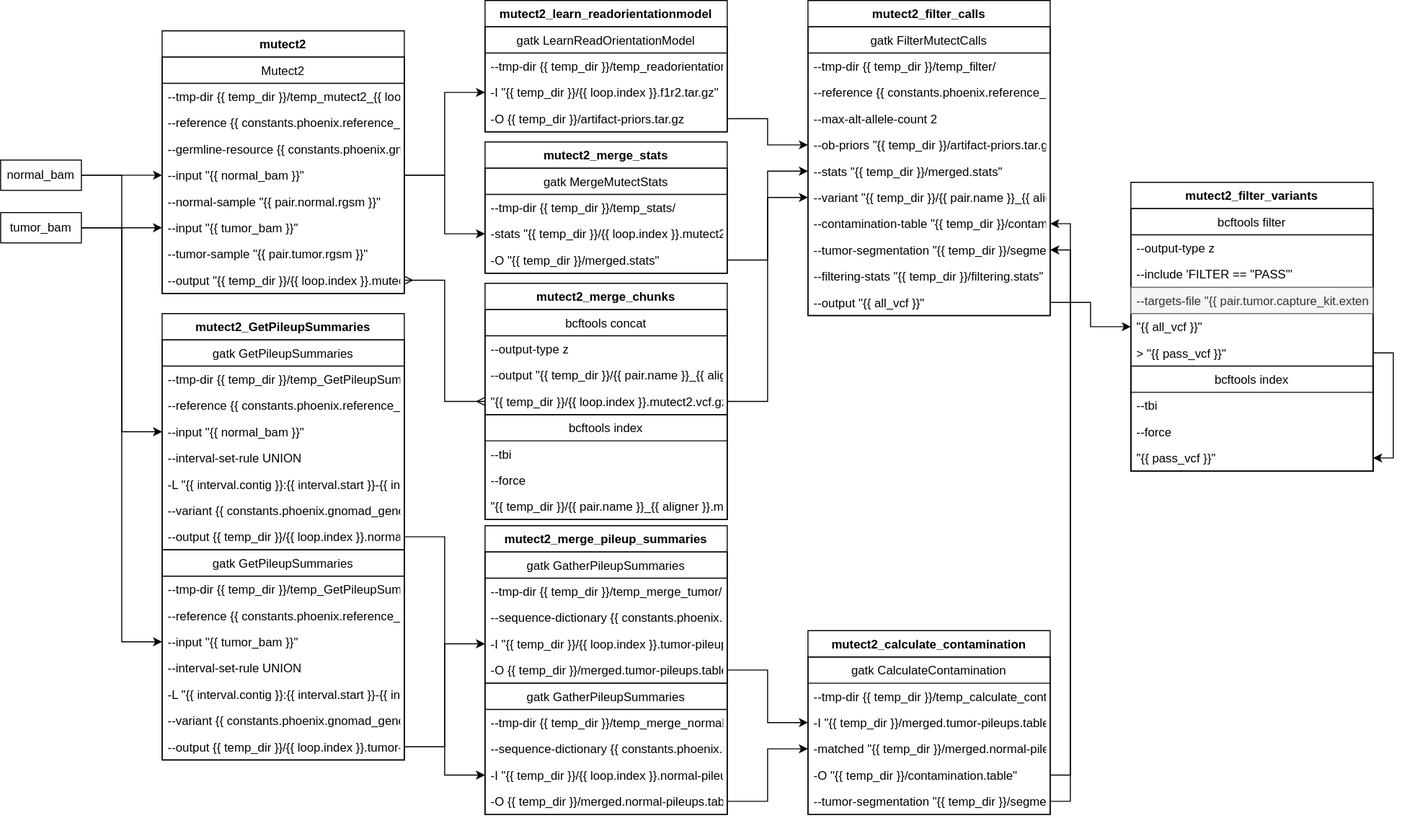
Above: docs/source/phoenix/workflows/embed/Somatic_Mutect2.svg in bryce-turner/tgen-jetstream-docs (draw.io), before the change. Source tidied: cells renumbered, new cells last; positions are measured from the earlier drawing's top-left corner, leaving out a move shared by most shapes.
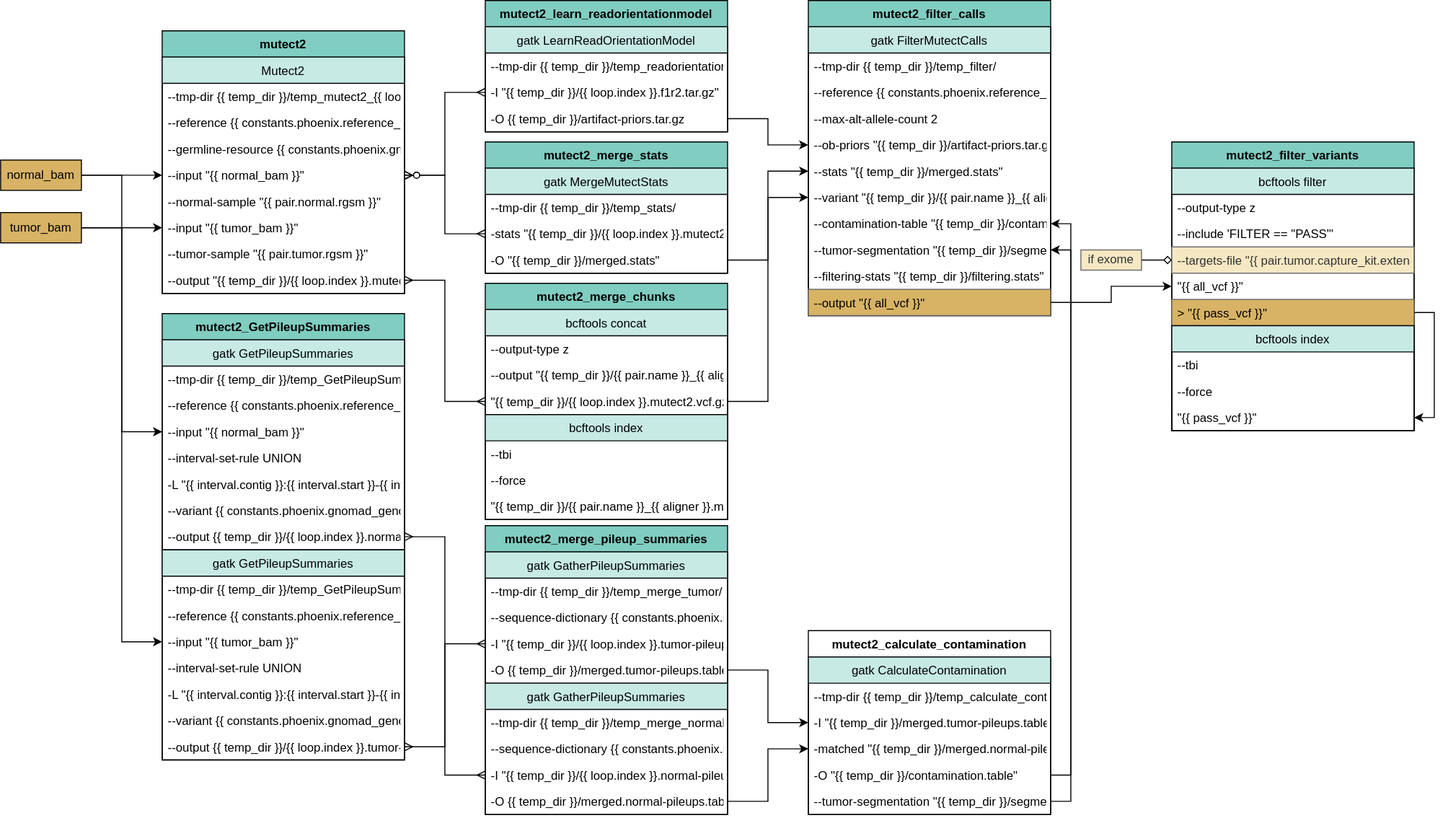
After the change.

Commit message:
Updated connection types and color scheme

Change to the diagram source:
```diff
@@ -10,3 +10,3 @@
     </mxCell>
-    <mxCell id="4" value="normal_bam" style="whiteSpace=wrap;html=1;" parent="1" vertex="1">
+    <mxCell id="4" value="normal_bam" style="whiteSpace=wrap;html=1;fillColor=#d8b365;" parent="1" vertex="1">
       <mxGeometry y="158" width="80" height="30" as="geometry" />
@@ -19,9 +19,9 @@
     </mxCell>
-    <mxCell id="7" value="tumor_bam" style="whiteSpace=wrap;html=1;" parent="1" vertex="1">
+    <mxCell id="7" value="tumor_bam" style="whiteSpace=wrap;html=1;fillColor=#d8b365;" parent="1" vertex="1">
       <mxGeometry y="210" width="80" height="30" as="geometry" />
     </mxCell>
-    <mxCell id="8" value="mutect2_GetPileupSummaries" style="swimlane;fontStyle=1;horizontal=1;startSize=26;fillColor=none;" parent="1" vertex="1">
+    <mxCell id="8" value="mutect2_GetPileupSummaries" style="swimlane;fontStyle=1;horizontal=1;startSize=26;fillColor=#80cdc1;" parent="1" vertex="1">
       <mxGeometry x="160" y="310" width="240" height="442" as="geometry" />
     </mxCell>
-    <mxCell id="9" value="gatk GetPileupSummaries" style="swimlane;fontStyle=0;horizontal=1;startSize=26;fillColor=none;" parent="8" vertex="1">
+    <mxCell id="9" value="gatk GetPileupSummaries" style="swimlane;fontStyle=0;horizontal=1;startSize=26;fillColor=#c7eae5;" parent="8" vertex="1">
       <mxGeometry y="26" width="240" height="208" as="geometry" />
@@ -49,3 +49,3 @@
     </mxCell>
-    <mxCell id="17" value="gatk GetPileupSummaries" style="swimlane;fontStyle=0;horizontal=1;startSize=26;fillColor=none;" parent="8" vertex="1">
+    <mxCell id="17" value="gatk GetPileupSummaries" style="swimlane;fontStyle=0;horizontal=1;startSize=26;fillColor=#c7eae5;" parent="8" vertex="1">
       <mxGeometry y="234" width="240" height="208" as="geometry" />
@@ -73,6 +73,6 @@
     </mxCell>
-    <mxCell id="25" value="mutect2_merge_chunks" style="swimlane;fontStyle=1;horizontal=1;startSize=26;fillColor=none;direction=east;" parent="1" vertex="1">
+    <mxCell id="25" value="mutect2_merge_chunks" style="swimlane;fontStyle=1;horizontal=1;startSize=26;fillColor=#80cdc1;direction=east;" parent="1" vertex="1">
       <mxGeometry x="480" y="280" width="240" height="234" as="geometry" />
     </mxCell>
-    <mxCell id="26" value="bcftools concat" style="swimlane;fontStyle=0;horizontal=1;startSize=26;fillColor=none;" parent="25" vertex="1">
+    <mxCell id="26" value="bcftools concat" style="swimlane;fontStyle=0;horizontal=1;startSize=26;fillColor=#c7eae5;" parent="25" vertex="1">
       <mxGeometry y="26" width="240" height="104" as="geometry" />
@@ -88,3 +88,3 @@
     </mxCell>
-    <mxCell id="30" value="bcftools index" style="swimlane;fontStyle=0;horizontal=1;startSize=26;fillColor=none;" parent="25" vertex="1">
+    <mxCell id="30" value="bcftools index" style="swimlane;fontStyle=0;horizontal=1;startSize=26;fillColor=#c7eae5;" parent="25" vertex="1">
       <mxGeometry y="130" width="240" height="104" as="geometry" />
@@ -103,6 +103,6 @@
     </mxCell>
-    <mxCell id="35" value="mutect2" style="swimlane;fontStyle=1;horizontal=1;startSize=26;fillColor=none;" parent="1" vertex="1">
+    <mxCell id="35" value="mutect2" style="swimlane;fontStyle=1;horizontal=1;startSize=26;fillColor=#80cdc1;" parent="1" vertex="1">
       <mxGeometry x="160" y="30" width="240" height="260" as="geometry" />
     </mxCell>
-    <mxCell id="36" value="Mutect2" style="swimlane;fontStyle=0;horizontal=1;startSize=26;fillColor=none;direction=east;" parent="35" vertex="1">
+    <mxCell id="36" value="Mutect2" style="swimlane;fontStyle=0;horizontal=1;startSize=26;fillColor=#c7eae5;direction=east;" parent="35" vertex="1">
       <mxGeometry y="26" width="240" height="234" as="geometry" />
@@ -133,6 +133,6 @@
     </mxCell>
-    <mxCell id="45" value="mutect2_merge_stats" style="swimlane;fontStyle=1;horizontal=1;startSize=26;fillColor=none;direction=east;" parent="1" vertex="1">
+    <mxCell id="45" value="mutect2_merge_stats" style="swimlane;fontStyle=1;horizontal=1;startSize=26;fillColor=#80cdc1;direction=east;" parent="1" vertex="1">
       <mxGeometry x="480" y="140" width="240" height="130" as="geometry" />
     </mxCell>
-    <mxCell id="46" value="gatk MergeMutectStats" style="swimlane;fontStyle=0;horizontal=1;startSize=26;fillColor=none;" parent="45" vertex="1">
+    <mxCell id="46" value="gatk MergeMutectStats" style="swimlane;fontStyle=0;horizontal=1;startSize=26;fillColor=#c7eae5;" parent="45" vertex="1">
       <mxGeometry y="26" width="240" height="104" as="geometry" />
@@ -148,9 +148,9 @@
     </mxCell>
-    <mxCell id="50" style="edgeStyle=orthogonalEdgeStyle;rounded=0;jettySize=auto;html=1;exitX=1;exitY=0.5;exitDx=0;exitDy=0;entryX=0;entryY=0.5;entryDx=0;entryDy=0;" parent="1" edge="1" source="36" target="48">
+    <mxCell id="50" style="edgeStyle=orthogonalEdgeStyle;rounded=0;jettySize=auto;html=1;exitX=1;exitY=0.5;exitDx=0;exitDy=0;entryX=0;entryY=0.5;entryDx=0;entryDy=0;endArrow=ERmany;endFill=0;startArrow=ERzeroToMany;startFill=1;" parent="1" edge="1" source="36" target="48">
       <mxGeometry relative="1" as="geometry" />
     </mxCell>
-    <mxCell id="51" value="mutect2_learn_readorientationmodel" style="swimlane;fontStyle=1;horizontal=1;startSize=26;fillColor=none;direction=east;" parent="1" vertex="1">
+    <mxCell id="51" value="mutect2_learn_readorientationmodel" style="swimlane;fontStyle=1;horizontal=1;startSize=26;fillColor=#80cdc1;direction=east;" parent="1" vertex="1">
       <mxGeometry x="480" width="240" height="130" as="geometry" />
     </mxCell>
-    <mxCell id="52" value="gatk LearnReadOrientationModel" style="swimlane;fontStyle=0;horizontal=1;startSize=26;fillColor=none;" parent="51" vertex="1">
+    <mxCell id="52" value="gatk LearnReadOrientationModel" style="swimlane;fontStyle=0;horizontal=1;startSize=26;fillColor=#c7eae5;" parent="51" vertex="1">
       <mxGeometry y="26" width="240" height="104" as="geometry" />
@@ -166,6 +166,6 @@
     </mxCell>
-    <mxCell id="56" value="mutect2_merge_pileup_summaries" style="swimlane;fontStyle=1;horizontal=1;startSize=26;fillColor=none;" parent="1" vertex="1">
+    <mxCell id="56" value="mutect2_merge_pileup_summaries" style="swimlane;fontStyle=1;horizontal=1;startSize=26;fillColor=#80cdc1;" parent="1" vertex="1">
       <mxGeometry x="480" y="520" width="240" height="286" as="geometry" />
     </mxCell>
-    <mxCell id="57" value="gatk GatherPileupSummaries" style="swimlane;fontStyle=0;horizontal=1;startSize=26;fillColor=none;" parent="56" vertex="1">
+    <mxCell id="57" value="gatk GatherPileupSummaries" style="swimlane;fontStyle=0;horizontal=1;startSize=26;fillColor=#c7eae5;" parent="56" vertex="1">
       <mxGeometry y="26" width="240" height="130" as="geometry" />
@@ -184,3 +184,3 @@
     </mxCell>
-    <mxCell id="62" value="gatk GatherPileupSummaries" style="swimlane;fontStyle=0;horizontal=1;startSize=26;fillColor=none;" parent="56" vertex="1">
+    <mxCell id="62" value="gatk GatherPileupSummaries" style="swimlane;fontStyle=0;horizontal=1;startSize=26;fillColor=#c7eae5;" parent="56" vertex="1">
       <mxGeometry y="156" width="240" height="130" as="geometry" />
@@ -202,3 +202,3 @@
     </mxCell>
-    <mxCell id="68" value="gatk CalculateContamination" style="swimlane;fontStyle=0;horizontal=1;startSize=26;fillColor=none;" parent="67" vertex="1">
+    <mxCell id="68" value="gatk CalculateContamination" style="swimlane;fontStyle=0;horizontal=1;startSize=26;fillColor=#c7eae5;" parent="67" vertex="1">
       <mxGeometry y="26" width="240" height="156" as="geometry" />
@@ -220,6 +220,6 @@
     </mxCell>
-    <mxCell id="74" value="mutect2_filter_calls" style="swimlane;fontStyle=1;horizontal=1;startSize=26;fillColor=none;direction=east;" parent="1" vertex="1">
+    <mxCell id="74" value="mutect2_filter_calls" style="swimlane;fontStyle=1;horizontal=1;startSize=26;fillColor=#80cdc1;direction=east;" parent="1" vertex="1">
       <mxGeometry x="800" width="240" height="312" as="geometry" />
     </mxCell>
-    <mxCell id="75" value="gatk FilterMutectCalls" style="swimlane;fontStyle=0;horizontal=1;startSize=26;fillColor=none;" parent="74" vertex="1">
+    <mxCell id="75" value="gatk FilterMutectCalls" style="swimlane;fontStyle=0;horizontal=1;startSize=26;fillColor=#c7eae5;" parent="74" vertex="1">
       <mxGeometry y="26" width="240" height="286" as="geometry" />
@@ -253,9 +253,9 @@
     </mxCell>
-    <mxCell id="85" value="--output &quot;{{ all_vcf }}&quot;" style="text;strokeColor=none;fillColor=none;align=left;verticalAlign=top;spacingLeft=4;spacingRight=4;overflow=hidden;points=[[0,0.5],[1,0.5]];portConstraint=eastwest;" parent="75" vertex="1">
+    <mxCell id="85" value="--output &quot;{{ all_vcf }}&quot;" style="text;strokeColor=#666666;fillColor=#d8b365;align=left;verticalAlign=top;spacingLeft=4;spacingRight=4;overflow=hidden;points=[[0,0.5],[1,0.5]];portConstraint=eastwest;" parent="75" vertex="1">
       <mxGeometry y="260" width="240" height="26" as="geometry" />
     </mxCell>
-    <mxCell id="86" value="mutect2_filter_variants" style="swimlane;fontStyle=1;horizontal=1;startSize=26;fillColor=none;direction=east;" parent="1" vertex="1">
-      <mxGeometry x="1120" y="180" width="240" height="286" as="geometry" />
+    <mxCell id="86" value="mutect2_filter_variants" style="swimlane;fontStyle=1;horizontal=1;startSize=26;fillColor=#80cdc1;direction=east;" parent="1" vertex="1">
+      <mxGeometry x="1160" y="140" width="240" height="286" as="geometry" />
     </mxCell>
-    <mxCell id="87" value="bcftools filter" style="swimlane;fontStyle=0;horizontal=1;startSize=26;fillColor=none;" parent="86" vertex="1">
+    <mxCell id="87" value="bcftools filter" style="swimlane;fontStyle=0;horizontal=1;startSize=26;fillColor=#c7eae5;" parent="86" vertex="1">
       <mxGeometry y="26" width="240" height="260" as="geometry" />
@@ -268,3 +268,3 @@
     </mxCell>
-    <mxCell id="90" value="--targets-file &quot;{{ pair.tumor.capture_kit.extended_bed }}&quot;" style="text;fillColor=#f5f5f5;align=left;verticalAlign=top;spacingLeft=4;spacingRight=4;overflow=hidden;points=[[0,0.5],[1,0.5]];portConstraint=eastwest;fontColor=#333333;strokeColor=#666666;" parent="87" vertex="1">
+    <mxCell id="90" value="--targets-file &quot;{{ pair.tumor.capture_kit.extended_bed }}&quot;" style="text;fillColor=#f6e8c3;align=left;verticalAlign=top;spacingLeft=4;spacingRight=4;overflow=hidden;points=[[0,0.5],[1,0.5]];portConstraint=eastwest;fontColor=#333333;strokeColor=#666666;" parent="87" vertex="1">
       <mxGeometry y="78" width="240" height="26" as="geometry" />
@@ -277,6 +277,6 @@
     </mxCell>
-    <mxCell id="93" value="&gt; &quot;{{ pass_vcf }}&quot;" style="text;strokeColor=none;fillColor=none;align=left;verticalAlign=top;spacingLeft=4;spacingRight=4;overflow=hidden;points=[[0,0.5],[1,0.5]];portConstraint=eastwest;" parent="87" vertex="1">
+    <mxCell id="93" value="&gt; &quot;{{ pass_vcf }}&quot;" style="text;strokeColor=#666666;fillColor=#d8b365;align=left;verticalAlign=top;spacingLeft=4;spacingRight=4;overflow=hidden;points=[[0,0.5],[1,0.5]];portConstraint=eastwest;" parent="87" vertex="1">
       <mxGeometry y="130" width="240" height="26" as="geometry" />
     </mxCell>
-    <mxCell id="94" value="bcftools index" style="swimlane;fontStyle=0;horizontal=1;startSize=26;fillColor=none;" parent="87" vertex="1">
+    <mxCell id="94" value="bcftools index" style="swimlane;fontStyle=0;horizontal=1;startSize=26;fillColor=#c7eae5;" parent="87" vertex="1">
       <mxGeometry y="156" width="240" height="104" as="geometry" />
@@ -292,9 +292,9 @@
     </mxCell>
-    <mxCell id="98" style="edgeStyle=orthogonalEdgeStyle;rounded=0;jettySize=auto;html=1;exitX=1;exitY=0.5;exitDx=0;exitDy=0;entryX=0;entryY=0.5;entryDx=0;entryDy=0;" parent="1" edge="1" source="16" target="65">
+    <mxCell id="98" style="edgeStyle=orthogonalEdgeStyle;rounded=0;jettySize=auto;html=1;exitX=1;exitY=0.5;exitDx=0;exitDy=0;entryX=0;entryY=0.5;entryDx=0;entryDy=0;endArrow=ERmany;endFill=0;startArrow=ERmany;startFill=0;" parent="1" edge="1" source="16" target="65">
       <mxGeometry relative="1" as="geometry" />
     </mxCell>
-    <mxCell id="99" style="edgeStyle=orthogonalEdgeStyle;rounded=0;jettySize=auto;html=1;exitX=1;exitY=0.5;exitDx=0;exitDy=0;entryX=0;entryY=0.5;entryDx=0;entryDy=0;" parent="1" edge="1" source="24" target="60">
+    <mxCell id="99" style="edgeStyle=orthogonalEdgeStyle;rounded=0;jettySize=auto;html=1;exitX=1;exitY=0.5;exitDx=0;exitDy=0;entryX=0;entryY=0.5;entryDx=0;entryDy=0;endArrow=ERmany;endFill=0;startArrow=ERmany;startFill=0;" parent="1" edge="1" source="24" target="60">
       <mxGeometry relative="1" as="geometry" />
     </mxCell>
-    <mxCell id="100" style="edgeStyle=orthogonalEdgeStyle;rounded=0;jettySize=auto;html=1;exitX=1;exitY=0.5;exitDx=0;exitDy=0;entryX=0;entryY=0.5;entryDx=0;entryDy=0;" parent="1" edge="1" source="36" target="54">
+    <mxCell id="100" style="edgeStyle=orthogonalEdgeStyle;rounded=0;jettySize=auto;html=1;exitX=1;exitY=0.5;exitDx=0;exitDy=0;entryX=0;entryY=0.5;entryDx=0;entryDy=0;endArrow=ERmany;endFill=0;startArrow=ERzeroToMany;startFill=1;" parent="1" edge="1" source="36" target="54">
       <mxGeometry relative="1" as="geometry" />
@@ -325,2 +325,8 @@
     </mxCell>
+    <mxCell id="109" style="edgeStyle=orthogonalEdgeStyle;rounded=0;jettySize=auto;html=1;exitX=1;exitY=0.5;exitDx=0;exitDy=0;entryX=0;entryY=0.5;entryDx=0;entryDy=0;startArrow=none;startFill=0;endArrow=diamond;endFill=0;" parent="1" edge="1" source="110" target="90">
+      <mxGeometry relative="1" as="geometry" />
+    </mxCell>
+    <mxCell id="110" value="if exome" style="text;html=1;strokeColor=#666666;fillColor=#f6e8c3;align=center;verticalAlign=middle;whiteSpace=wrap;rounded=0;fontColor=#333333;" parent="1" vertex="1">
+      <mxGeometry x="1070" y="247" width="60" height="20" as="geometry" />
+    </mxCell>
   </root>
```
